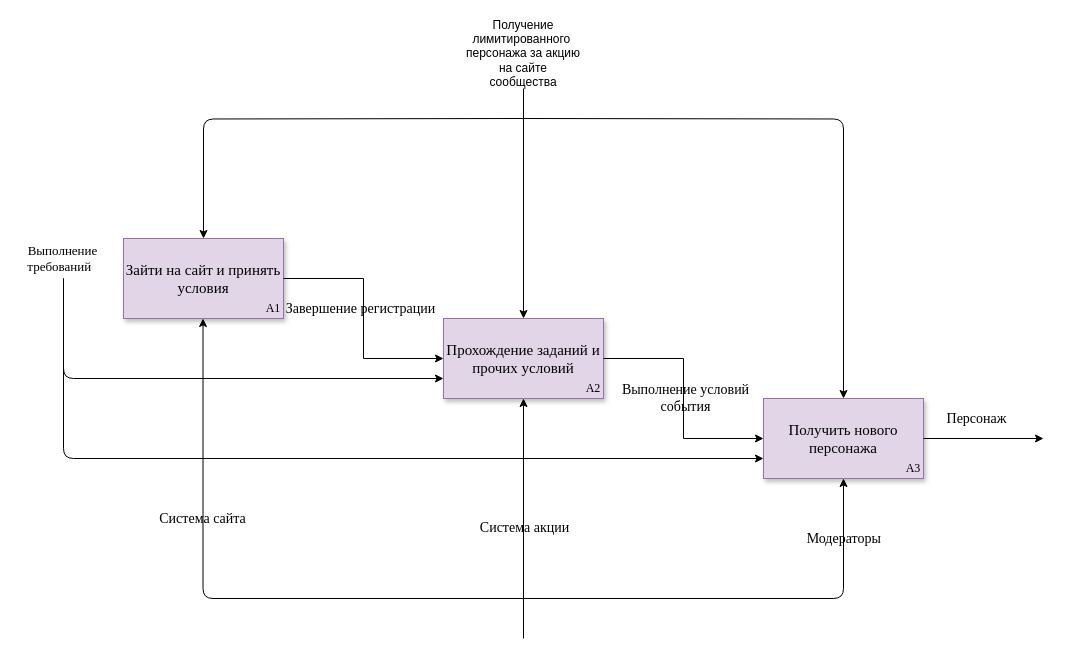
Earlier version of the draw.io diagram IDEF пользовательская.drawio (Koloda2/IDEF-diagrams). Source tidied: cells renumbered, new cells numbered last; positions are measured from the earlier drawing's top-left corner, leaving out a move shared by most shapes. Both pictures are drawn from the tidied source at 100%, with x=0, y=0 at pixel (17, 38).
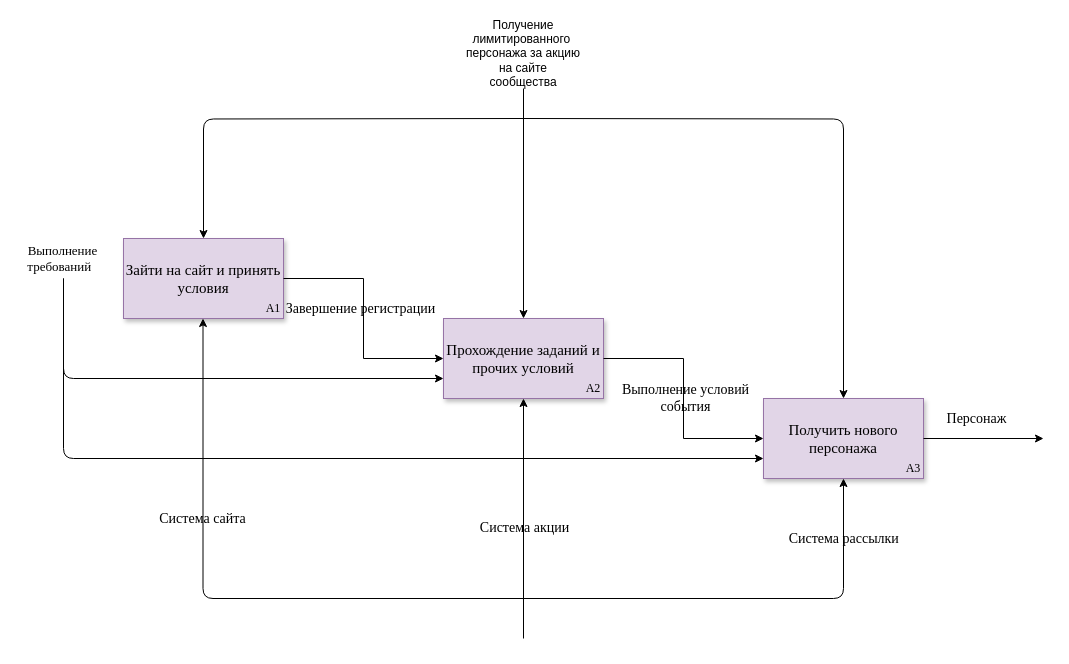
The same page after the edit.

Unchanged cells that the change refers to:
```xml
<mxCell id="15" style="endArrow=classic;html=1;rounded=1;entryX=0.5;entryY=1;entryDx=0;entryDy=0;fontFamily=Times New Roman;edgeStyle=orthogonalEdgeStyle;" parent="1" edge="1" target="4">
  <mxGeometry relative="1" as="geometry">
    <mxPoint x="506" y="560" as="sourcePoint" />
    <Array as="points">
      <mxPoint x="506" y="560" />
      <mxPoint x="826" y="560" />
    </Array>
  </mxGeometry>
</mxCell>
```

Change to the diagram source:
```diff
@@
-    <mxCell id="16" value="Модераторы&amp;nbsp;" style="edgeLabel;html=1;align=center;verticalAlign=middle;labelBackgroundColor=none;fontFamily=Times New Roman;fontSize=14;" parent="15" vertex="1">
+    <mxCell id="16" value="Система рассылки&amp;nbsp;" style="edgeLabel;html=1;align=center;verticalAlign=middle;labelBackgroundColor=none;fontFamily=Times New Roman;fontSize=14;" parent="15" vertex="1">
       <mxGeometry x="-0.14" y="2" relative="1" as="geometry">
         <mxPoint x="132" y="-58" as="offset" />
       </mxGeometry>
     </mxCell>
```
